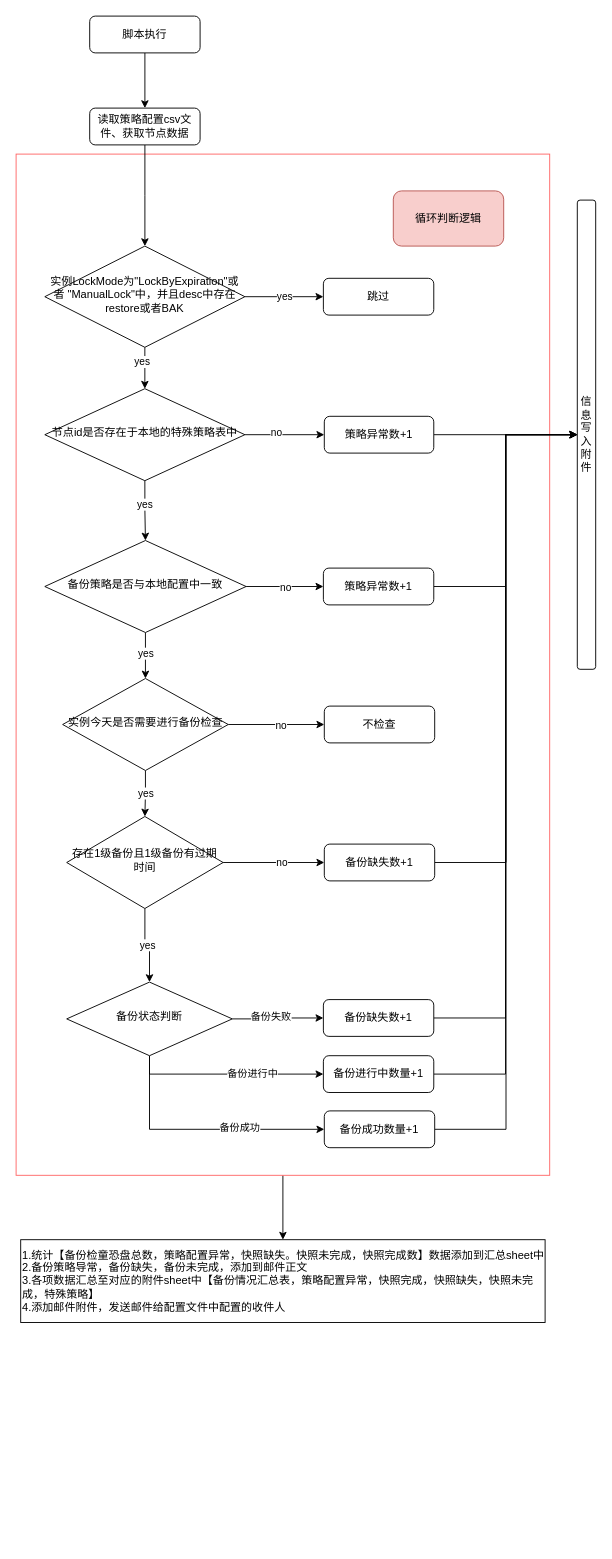
This is polardb流程图.drawio from a744740454/tools, a draw.io file, before an edit. Source tidied: cells renumbered, new cells numbered last; positions are measured from the earlier drawing's top-left corner, leaving out a move shared by most shapes. Both pictures are drawn from the tidied source at 92%, with x=0, y=0 at pixel (16, 16).
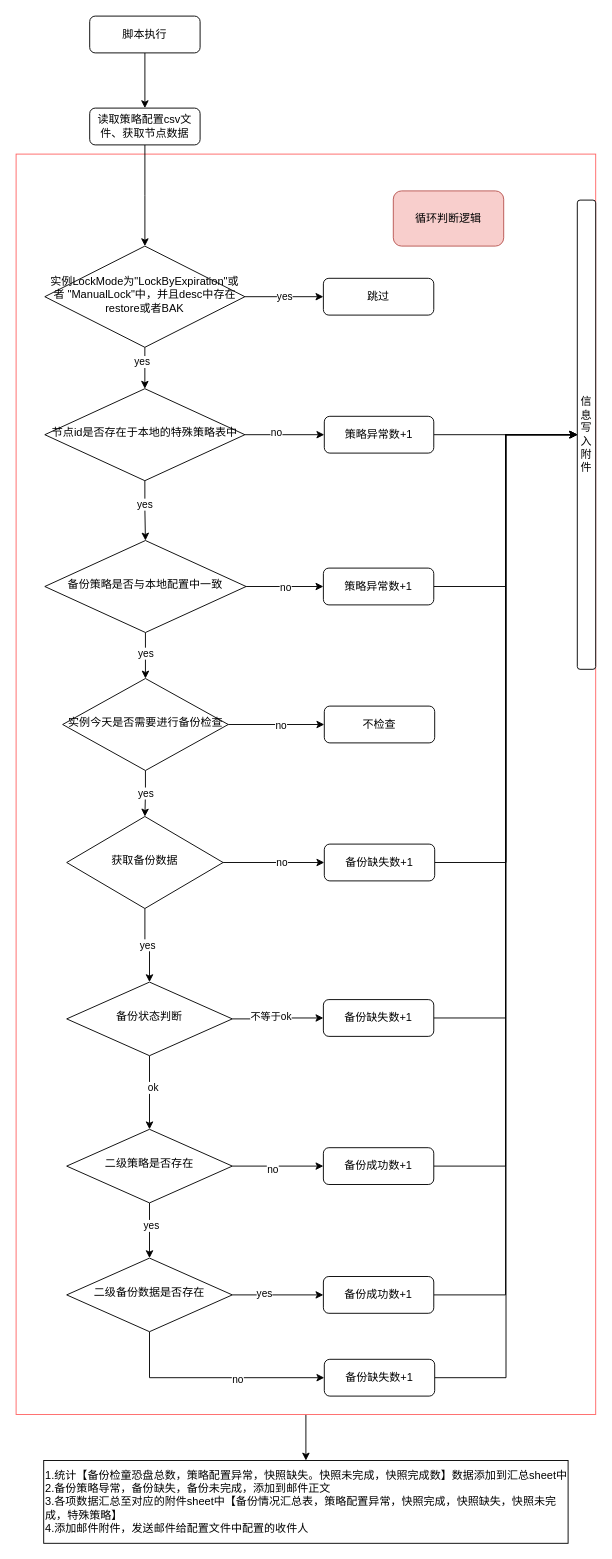
Above is the later version.

Commit message:
更新polardb流程图.drawio

The change refers to these unchanged cells:
```xml
<mxCell id="20" value="信息写入附件" style="rounded=1;whiteSpace=wrap;html=1;" parent="1" vertex="1">
  <mxGeometry x="610" y="200" width="20" height="510" as="geometry" />
</mxCell>
<mxCell id="39" style="edgeStyle=orthogonalEdgeStyle;rounded=0;jettySize=auto;html=1;entryX=0;entryY=0.5;entryDx=0;entryDy=0;" parent="1" edge="1" source="45" target="47">
  <mxGeometry relative="1" as="geometry" />
</mxCell>
<mxCell id="45" value="备份状态判断" style="rhombus;whiteSpace=wrap;html=1;shadow=0;fontFamily=Helvetica;fontSize=12;align=center;strokeWidth=1;spacing=6;spacingTop=-4;" parent="1" vertex="1">
  <mxGeometry x="55" y="1050" width="180" height="80" as="geometry" />
</mxCell>
```

Change to the diagram source:
```diff
@@
     <mxCell id="3" style="rounded=0;whiteSpace=wrap;html=1;textOpacity=1;labelBorderColor=#FF6666;labelBackgroundColor=#FF6666;strokeColor=#FF6666;" parent="1" vertex="1">
-      <mxGeometry y="150" width="580" height="1110" as="geometry" />
+      <mxGeometry y="150" width="630" height="1370" as="geometry" />
     </mxCell>
@@
-    <mxCell id="36" value="存在1级备份且1级备份有过期时间" style="rhombus;whiteSpace=wrap;html=1;shadow=0;fontFamily=Helvetica;fontSize=12;align=center;strokeWidth=1;spacing=6;spacingTop=-4;" parent="1" vertex="1">
+    <mxCell id="36" value="获取备份数据" style="rhombus;whiteSpace=wrap;html=1;shadow=0;fontFamily=Helvetica;fontSize=12;align=center;strokeWidth=1;spacing=6;spacingTop=-4;" parent="1" vertex="1">
       <mxGeometry x="55" y="870" width="170" height="100" as="geometry" />
     </mxCell>
@@
-    <mxCell id="40" value="备份失败" style="edgeLabel;html=1;align=center;verticalAlign=middle;" parent="39" vertex="1">
+    <mxCell id="40" value="不等于ok" style="edgeLabel;html=1;align=center;verticalAlign=middle;" parent="39" vertex="1">
       <mxGeometry x="-0.18" y="3" relative="1" as="geometry" />
     </mxCell>
-    <mxCell id="41" style="edgeStyle=orthogonalEdgeStyle;rounded=0;jettySize=auto;html=1;entryX=0;entryY=0.5;entryDx=0;entryDy=0;" parent="1" edge="1" source="45" target="51">
-      <mxGeometry relative="1" as="geometry">
-        <Array as="points">
-          <mxPoint x="145" y="1210" />
-        </Array>
-      </mxGeometry>
-    </mxCell>
-    <mxCell id="42" value="备份成功" style="edgeLabel;html=1;align=center;verticalAlign=middle;" parent="41" vertex="1">
-      <mxGeometry x="0.31" y="3" relative="1" as="geometry" />
-    </mxCell>
-    <mxCell id="43" style="edgeStyle=orthogonalEdgeStyle;rounded=0;jettySize=auto;html=1;entryX=0;entryY=0.5;entryDx=0;entryDy=0;" parent="1" edge="1" source="45" target="49">
-      <mxGeometry relative="1" as="geometry">
-        <Array as="points">
-          <mxPoint x="145" y="1150" />
-        </Array>
-      </mxGeometry>
-    </mxCell>
-    <mxCell id="44" value="备份进行中" style="edgeLabel;html=1;align=center;verticalAlign=middle;" parent="43" vertex="1">
-      <mxGeometry x="0.25" y="1" relative="1" as="geometry" />
-    </mxCell>
+    <mxCell id="54" style="edgeStyle=orthogonalEdgeStyle;rounded=0;jettySize=auto;html=1;" parent="1" edge="1" source="45" target="60">
+      <mxGeometry relative="1" as="geometry" />
+    </mxCell>
+    <mxCell id="55" value="ok" style="edgeLabel;html=1;align=center;verticalAlign=middle;" parent="54" vertex="1">
+      <mxGeometry x="-0.15" y="3" relative="1" as="geometry" />
+    </mxCell>
@@
-    <mxCell id="48" style="edgeStyle=orthogonalEdgeStyle;rounded=0;jettySize=auto;html=1;entryX=0;entryY=0.5;entryDx=0;entryDy=0;" parent="1" edge="1" source="49" target="20">
-      <mxGeometry relative="1" as="geometry" />
-    </mxCell>
-    <mxCell id="49" value="备份进行中数量+1" style="rounded=1;whiteSpace=wrap;html=1;fontSize=12;glass=0;strokeWidth=1;shadow=0;" parent="1" vertex="1">
-      <mxGeometry x="334" y="1130" width="120" height="40" as="geometry" />
-    </mxCell>
-    <mxCell id="50" style="edgeStyle=orthogonalEdgeStyle;rounded=0;jettySize=auto;html=1;entryX=0;entryY=0.5;entryDx=0;entryDy=0;" parent="1" edge="1" source="51" target="20">
-      <mxGeometry relative="1" as="geometry" />
-    </mxCell>
-    <mxCell id="51" value="备份成功数量+1" style="rounded=1;whiteSpace=wrap;html=1;fontSize=12;glass=0;strokeWidth=1;shadow=0;" parent="1" vertex="1">
-      <mxGeometry x="335" y="1190" width="120" height="40" as="geometry" />
-    </mxCell>
     <mxCell id="52" value="1.统计【备份检童恐盘总数，策略配置异常，快照缺失。快照未完成，快照完成数】数据添加到汇总sheet中&lt;br&gt;2.备份策略导常，备份缺失，备份未完成，添加到邮件正文&lt;br&gt;3.各项数据汇总至对应的附件sheet中【备份情况汇总表，策略配置异常，快照完成，快照缺失，快照未完成，特殊策略】&lt;br&gt;4.添加邮件附件，发送邮件给配置文件中配置的收件人" style="rounded=0;whiteSpace=wrap;html=1;align=left;" parent="1" vertex="1">
-      <mxGeometry x="5" y="1330" width="570" height="90" as="geometry" />
+      <mxGeometry x="30" y="1570" width="570" height="90" as="geometry" />
     </mxCell>
@@
+    <mxCell id="56" style="edgeStyle=orthogonalEdgeStyle;rounded=0;jettySize=auto;html=1;" parent="1" edge="1" source="60" target="62">
+      <mxGeometry relative="1" as="geometry" />
+    </mxCell>
+    <mxCell id="57" value="no" style="edgeLabel;html=1;align=center;verticalAlign=middle;" parent="56" vertex="1">
+      <mxGeometry x="-0.14" y="-3" relative="1" as="geometry" />
+    </mxCell>
+    <mxCell id="58" style="edgeStyle=orthogonalEdgeStyle;rounded=0;jettySize=auto;html=1;" parent="1" edge="1" source="60" target="67">
+      <mxGeometry relative="1" as="geometry" />
+    </mxCell>
+    <mxCell id="59" value="yes" style="edgeLabel;html=1;align=center;verticalAlign=middle;" parent="58" vertex="1">
+      <mxGeometry x="-0.2" y="1" relative="1" as="geometry" />
+    </mxCell>
+    <mxCell id="60" value="二级策略是否存在" style="rhombus;whiteSpace=wrap;html=1;shadow=0;fontFamily=Helvetica;fontSize=12;align=center;strokeWidth=1;spacing=6;spacingTop=-4;" parent="1" vertex="1">
+      <mxGeometry x="55" y="1210" width="180" height="80" as="geometry" />
+    </mxCell>
+    <mxCell id="61" style="edgeStyle=orthogonalEdgeStyle;rounded=0;jettySize=auto;html=1;entryX=0;entryY=0.5;entryDx=0;entryDy=0;" parent="1" edge="1" source="62" target="20">
+      <mxGeometry relative="1" as="geometry" />
+    </mxCell>
+    <mxCell id="62" value="备份成功数+1" style="rounded=1;whiteSpace=wrap;html=1;fontSize=12;glass=0;strokeWidth=1;shadow=0;" parent="1" vertex="1">
+      <mxGeometry x="334" y="1230" width="120" height="40" as="geometry" />
+    </mxCell>
+    <mxCell id="63" style="edgeStyle=orthogonalEdgeStyle;rounded=0;jettySize=auto;html=1;" parent="1" edge="1" source="67" target="69">
+      <mxGeometry relative="1" as="geometry" />
+    </mxCell>
+    <mxCell id="64" value="yes" style="edgeLabel;html=1;align=center;verticalAlign=middle;" parent="63" vertex="1">
+      <mxGeometry x="-0.32" y="2" relative="1" as="geometry" />
+    </mxCell>
+    <mxCell id="65" style="edgeStyle=orthogonalEdgeStyle;rounded=0;jettySize=auto;html=1;entryX=0;entryY=0.5;entryDx=0;entryDy=0;" parent="1" edge="1" source="67" target="71">
+      <mxGeometry relative="1" as="geometry">
+        <Array as="points">
+          <mxPoint x="145" y="1480" />
+        </Array>
+      </mxGeometry>
+    </mxCell>
+    <mxCell id="66" value="no" style="edgeLabel;html=1;align=center;verticalAlign=middle;" parent="65" vertex="1">
+      <mxGeometry x="0.21" y="-1" relative="1" as="geometry" />
+    </mxCell>
+    <mxCell id="67" value="二级备份数据是否存在" style="rhombus;whiteSpace=wrap;html=1;shadow=0;fontFamily=Helvetica;fontSize=12;align=center;strokeWidth=1;spacing=6;spacingTop=-4;" parent="1" vertex="1">
+      <mxGeometry x="55" y="1350" width="180" height="80" as="geometry" />
+    </mxCell>
+    <mxCell id="68" style="edgeStyle=orthogonalEdgeStyle;rounded=0;jettySize=auto;html=1;exitX=1;exitY=0.5;exitDx=0;exitDy=0;entryX=0;entryY=0.5;entryDx=0;entryDy=0;" parent="1" edge="1" source="69" target="20">
+      <mxGeometry relative="1" as="geometry" />
+    </mxCell>
+    <mxCell id="69" value="备份成功数+1" style="rounded=1;whiteSpace=wrap;html=1;fontSize=12;glass=0;strokeWidth=1;shadow=0;" parent="1" vertex="1">
+      <mxGeometry x="334" y="1370" width="120" height="40" as="geometry" />
+    </mxCell>
+    <mxCell id="70" style="edgeStyle=orthogonalEdgeStyle;rounded=0;jettySize=auto;html=1;entryX=0;entryY=0.5;entryDx=0;entryDy=0;" parent="1" edge="1" source="71" target="20">
+      <mxGeometry relative="1" as="geometry" />
+    </mxCell>
+    <mxCell id="71" value="备份缺失数+1" style="rounded=1;whiteSpace=wrap;html=1;fontSize=12;glass=0;strokeWidth=1;shadow=0;" parent="1" vertex="1">
+      <mxGeometry x="335" y="1460" width="120" height="40" as="geometry" />
+    </mxCell>
```
